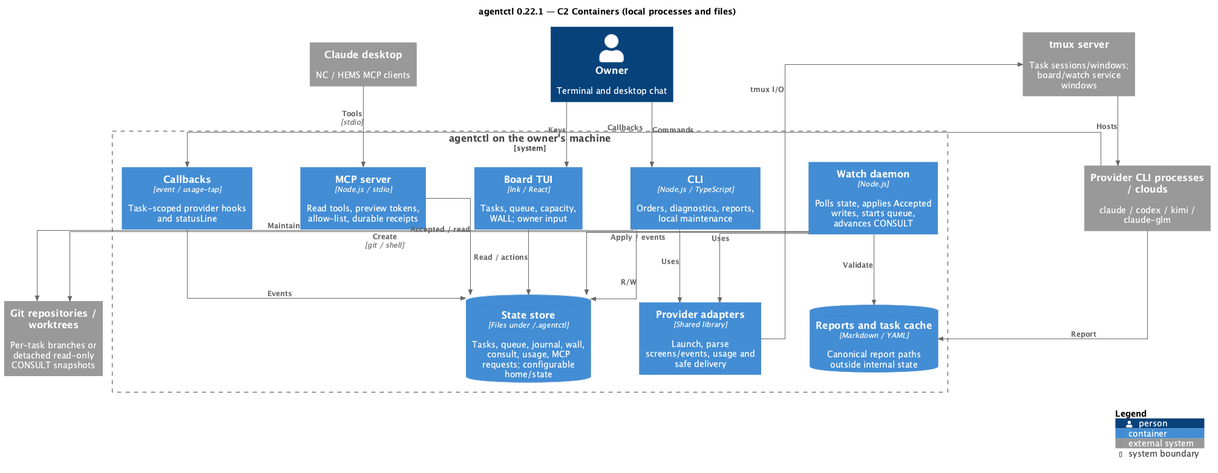
Setech-pl/agentctl keeps this PlantUML diagram as docs/diagrams/containers.png. Above is the earlier version.
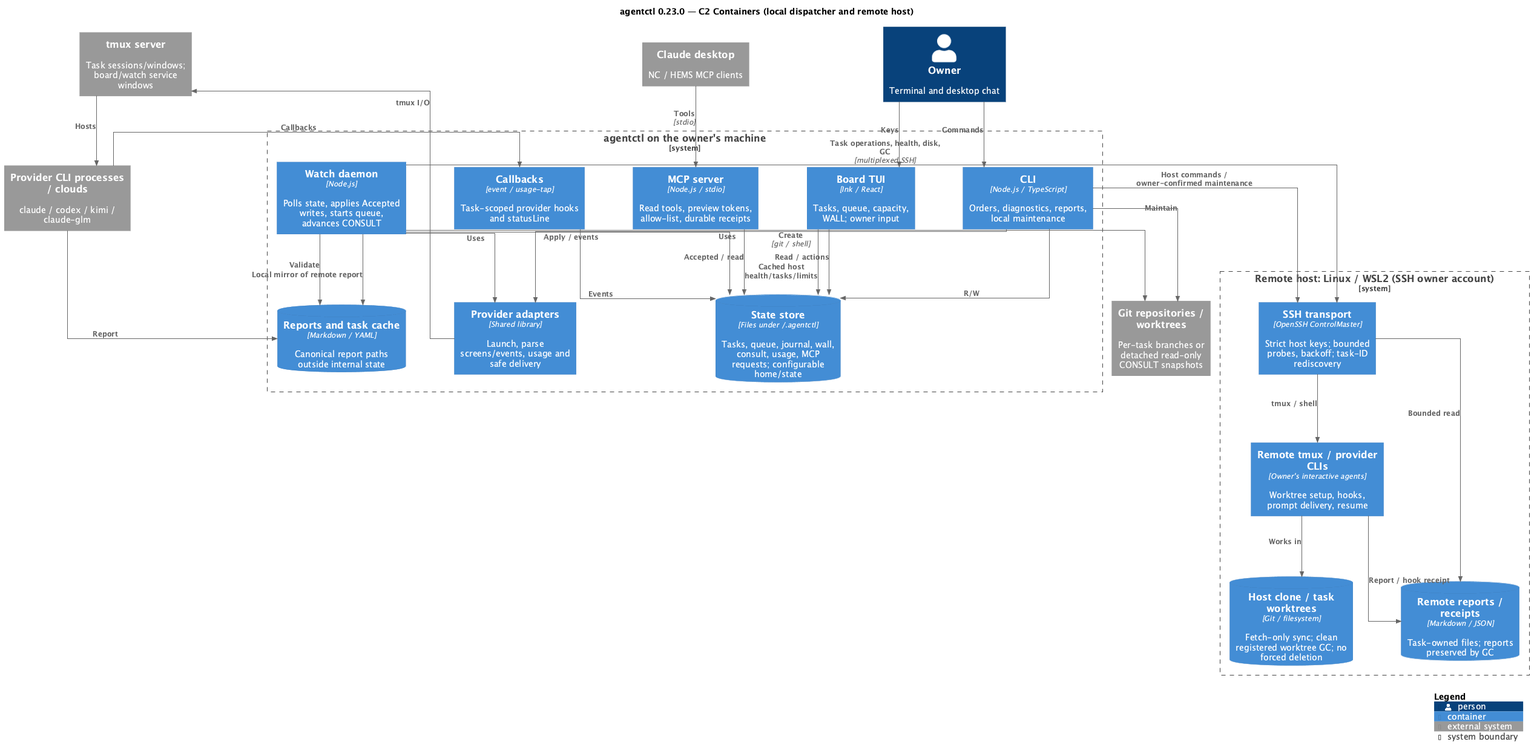
The same file after the commit.

What changed in the source:
```diff
@@ -3,7 +3,7 @@
 skinparam linetype ortho
 skinparam nodesep 80
 skinparam ranksep 100
-title agentctl 0.22.1 — C2 Containers (local processes and files)
+title agentctl 0.23.0 — C2 Containers (local dispatcher and remote host)
 Person(owner, "Owner", "Terminal and desktop chat")
 System_Ext(chat, "Claude desktop", "NC / HEMS MCP clients")
 System_Boundary(a, "agentctl on the owner's machine") {
@@ -19,6 +19,12 @@
 System_Ext(tmux, "tmux server", "Task sessions/windows; board/watch service windows")
 System_Ext(worktrees, "Git repositories / worktrees", "Per-task branches or detached read-only CONSULT snapshots")
 System_Ext(providers, "Provider CLI processes / clouds", "claude / codex / kimi / claude-glm")
+System_Boundary(remote, "Remote host: Linux / WSL2 (SSH owner account)") {
+ Container(transport, "SSH transport", "OpenSSH ControlMaster", "Strict host keys; bounded probes, backoff; task-ID rediscovery")
+ Container(remoteTmux, "Remote tmux / provider CLIs", "Owner's interactive agents", "Worktree setup, hooks, prompt delivery, resume")
+ ContainerDb(remoteWork, "Host clone / task worktrees", "Git / filesystem", "Fetch-only sync; clean registered worktree GC; no forced deletion")
+ ContainerDb(remoteReports, "Remote reports / receipts", "Markdown / JSON", "Task-owned files; reports preserved by GC")
+}
 Rel(owner, cli, "Commands")
 Rel(owner, board, "Keys")
 Rel(chat, mcp, "Tools", "stdio")
@@ -36,5 +42,13 @@
 Rel(hooks, state, "Events")
 Rel(providers, reports, "Report")
 Rel(watch, reports, "Validate")
+Rel(watch, transport, "Task operations, health, disk, GC", "multiplexed SSH")
+Rel(cli, transport, "Host commands / owner-confirmed maintenance")
+Rel(transport, remoteTmux, "tmux / shell")
+Rel(remoteTmux, remoteWork, "Works in")
+Rel(remoteTmux, remoteReports, "Report / hook receipt")
+Rel(transport, remoteReports, "Bounded read")
+Rel(watch, reports, "Local mirror of remote report")
+Rel(board, state, "Cached host health/tasks/limits")
 SHOW_LEGEND()
 @enduml
```
